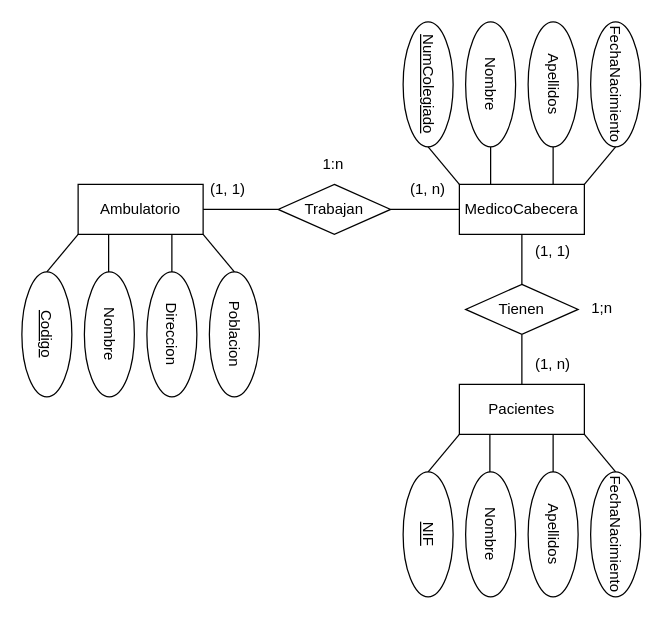
Earlier version of the draw.io diagram Ejercicio_Dos.drawio (Lioteronn/erp-diagrams). Source tidied: cells renumbered, new cells numbered last; positions are measured from the earlier drawing's top-left corner, leaving out a move shared by most shapes. Both pictures are drawn from the tidied source at 125%, with x=0, y=0 at pixel (-16, 59).
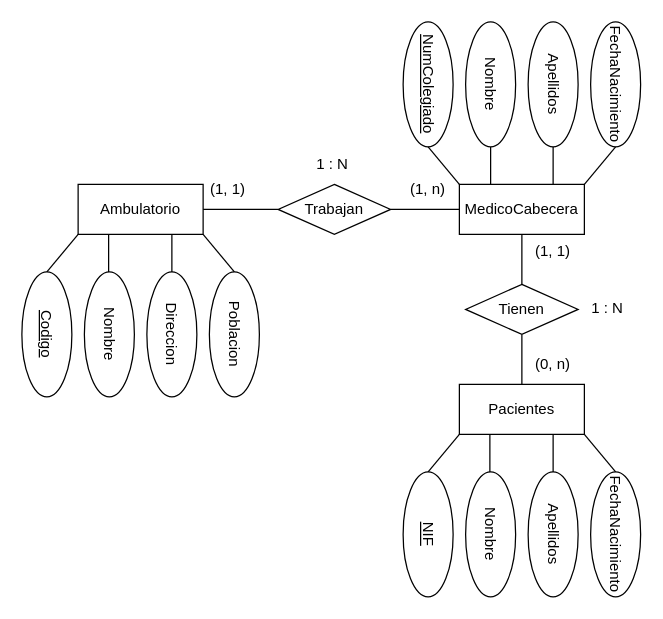
After the change.

Change to the diagram source:
```diff
@@
-    <mxCell id="13" value="1:n" style="text;strokeColor=none;fillColor=none;spacingLeft=4;spacingRight=4;overflow=hidden;fontSize=12;whiteSpace=wrap;html=1;" parent="1" vertex="1">
-      <mxGeometry x="265" y="70" width="40" height="30" as="geometry" />
+    <mxCell id="13" value="1 : N" style="text;strokeColor=none;fillColor=none;spacingLeft=4;spacingRight=4;overflow=hidden;fontSize=12;whiteSpace=wrap;html=1;" parent="1" vertex="1">
+      <mxGeometry x="260" y="70" width="40" height="30" as="geometry" />
     </mxCell>
@@
-    <mxCell id="15" value="(1, n)" style="text;strokeColor=none;fillColor=none;spacingLeft=4;spacingRight=4;overflow=hidden;fontSize=12;whiteSpace=wrap;html=1;" parent="1" vertex="1">
+    <mxCell id="15" value="(0, n)" style="text;strokeColor=none;fillColor=none;spacingLeft=4;spacingRight=4;overflow=hidden;fontSize=12;whiteSpace=wrap;html=1;" parent="1" vertex="1">
       <mxGeometry x="435" y="230" width="40" height="30" as="geometry" />
     </mxCell>
-    <mxCell id="16" value="1;n" style="text;strokeColor=none;fillColor=none;spacingLeft=4;spacingRight=4;overflow=hidden;fontSize=12;whiteSpace=wrap;html=1;" parent="1" vertex="1">
+    <mxCell id="16" value="1 : N" style="text;strokeColor=none;fillColor=none;spacingLeft=4;spacingRight=4;overflow=hidden;fontSize=12;whiteSpace=wrap;html=1;" parent="1" vertex="1">
       <mxGeometry x="480" y="185" width="40" height="30" as="geometry" />
     </mxCell>
```
